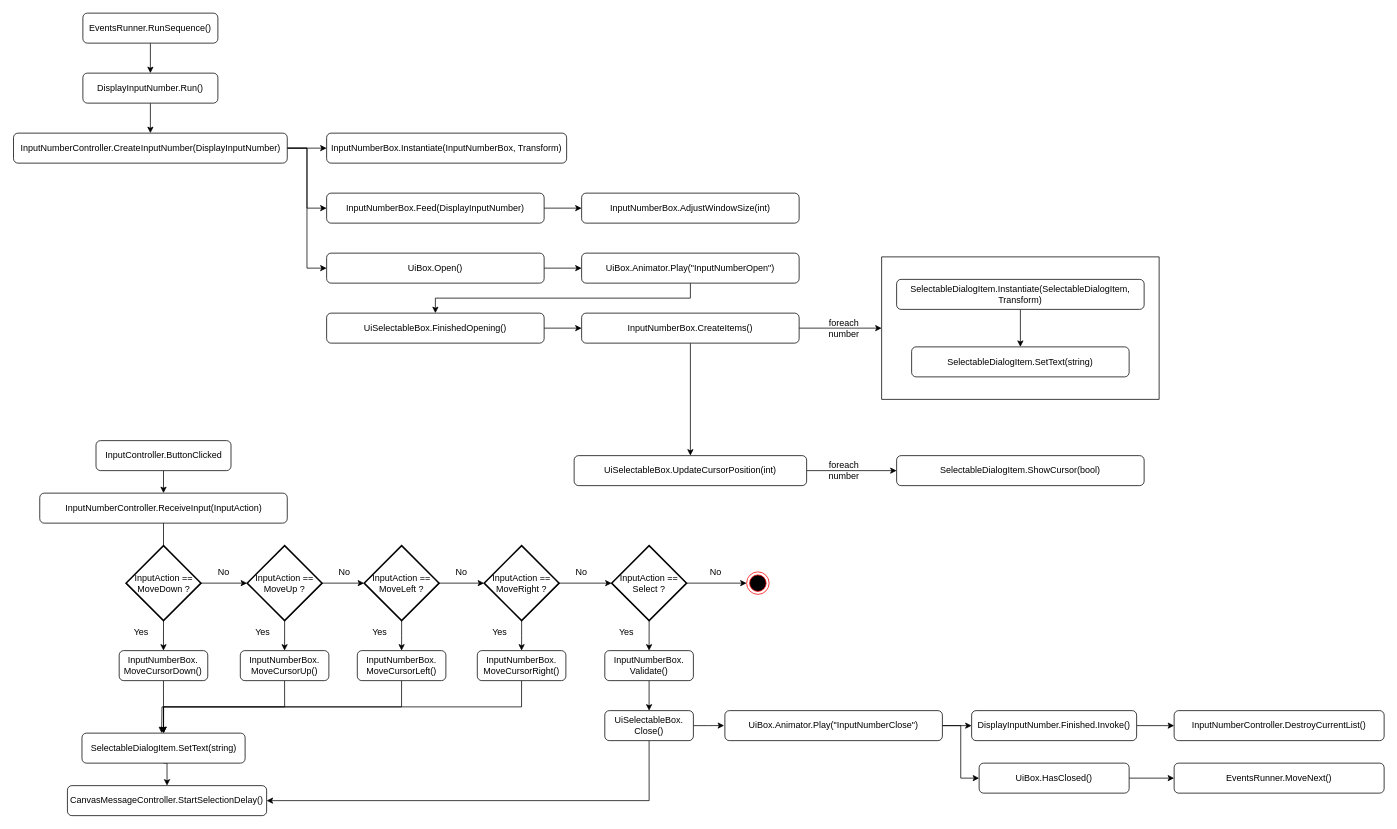
Earlier version of the draw.io diagram page "Dialogs.InputNumber" (5 of 17) of Ace_Engine.drawio (MaximeJoly96/LC_Unity). Source tidied: cells renumbered, new cells numbered last; positions are measured from the earlier drawing's top-left corner, leaving out a move shared by most shapes. Both pictures are drawn from the tidied source at 75%, with x=0, y=0 at pixel (13, 13).
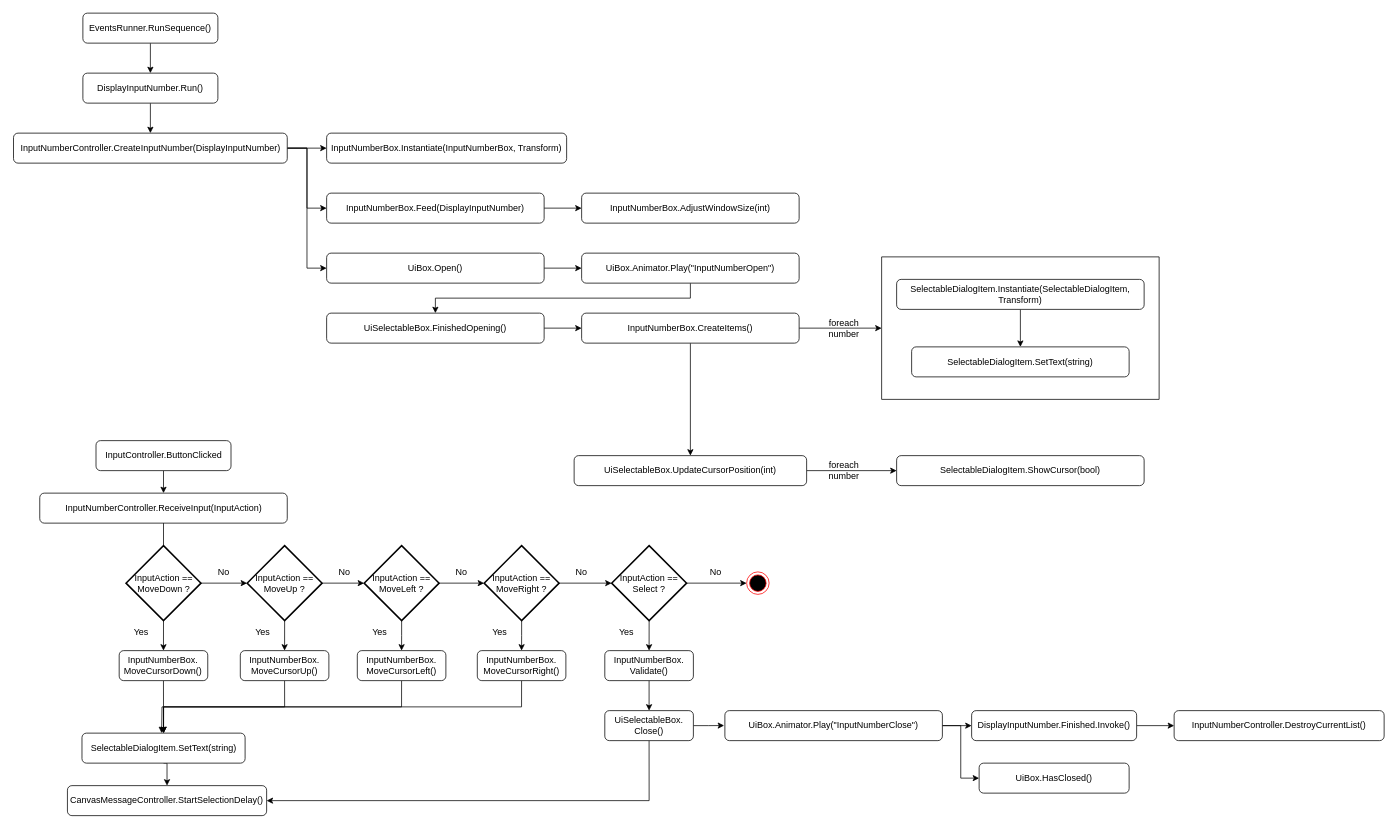
The same diagram, later.

Unchanged cells that the change refers to:
```xml
<mxCell id="84" value="UiBox.HasClosed()" style="rounded=1;whiteSpace=wrap;html=1;" parent="1" vertex="1">
  <mxGeometry x="1288" y="1000" width="200" height="40" as="geometry" />
</mxCell>
```

Change to the diagram source:
```diff
@@
-    <mxCell id="83" style="edgeStyle=orthogonalEdgeStyle;rounded=0;jettySize=auto;html=1;exitX=1;exitY=0.5;exitDx=0;exitDy=0;entryX=0;entryY=0.5;entryDx=0;entryDy=0;" parent="1" edge="1" source="84" target="86">
-      <mxGeometry relative="1" as="geometry" />
-    </mxCell>
@@
-    <mxCell id="86" value="EventsRunner.MoveNext()" style="rounded=1;whiteSpace=wrap;html=1;" parent="1" vertex="1">
-      <mxGeometry x="1548" y="1000" width="280" height="40" as="geometry" />
-    </mxCell>
```
